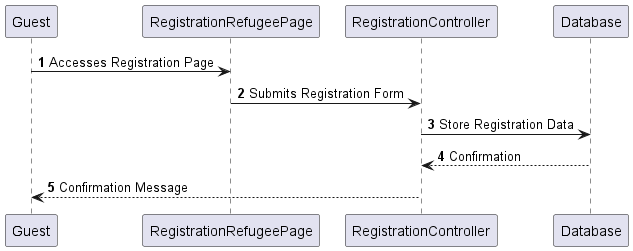
Above: Doc/use-Cases/uc010/systemDiagram/sequenceDiagram010.png in kanzodotjava/RefugeeLINK (PlantUML), before the change. Its diagram source:
```plantuml
@startuml
autonumber

Guest -> RegistrationRefugeePage: Accesses Registration Page
RegistrationRefugeePage -> RegistrationController: Submits Registration Form
RegistrationController -> Database: Store Registration Data
Database --> RegistrationController: Confirmation
RegistrationController --> Guest: Confirmation Message

@enduml
```
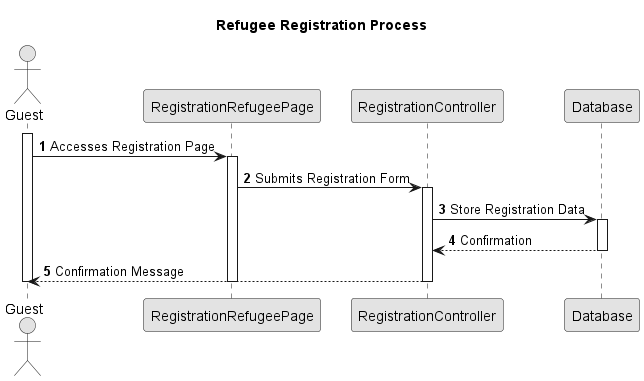
After the change.

Change to the diagram source:
```diff
@@ -1,10 +1,34 @@
 @startuml
+skinparam monochrome true
+skinparam packageStyle rectangle
+skinparam shadowing false
+
+title Refugee Registration Process
+
 autonumber
 
-Guest -> RegistrationRefugeePage: Accesses Registration Page
-RegistrationRefugeePage -> RegistrationController: Submits Registration Form
-RegistrationController -> Database: Store Registration Data
-Database --> RegistrationController: Confirmation
-RegistrationController --> Guest: Confirmation Message
+actor Guest
+participant "RegistrationRefugeePage" as RegPage
+participant "RegistrationController" as RegCtrl
+participant Database
+
+activate Guest
+
+Guest -> RegPage : Accesses Registration Page
+activate RegPage
+
+RegPage -> RegCtrl : Submits Registration Form
+activate RegCtrl
+
+RegCtrl -> Database : Store Registration Data
+activate Database
+Database --> RegCtrl : Confirmation
+deactivate Database
+
+RegCtrl --> Guest : Confirmation Message
+deactivate RegCtrl
+deactivate RegPage
+
+deactivate Guest
 
 @enduml
```
